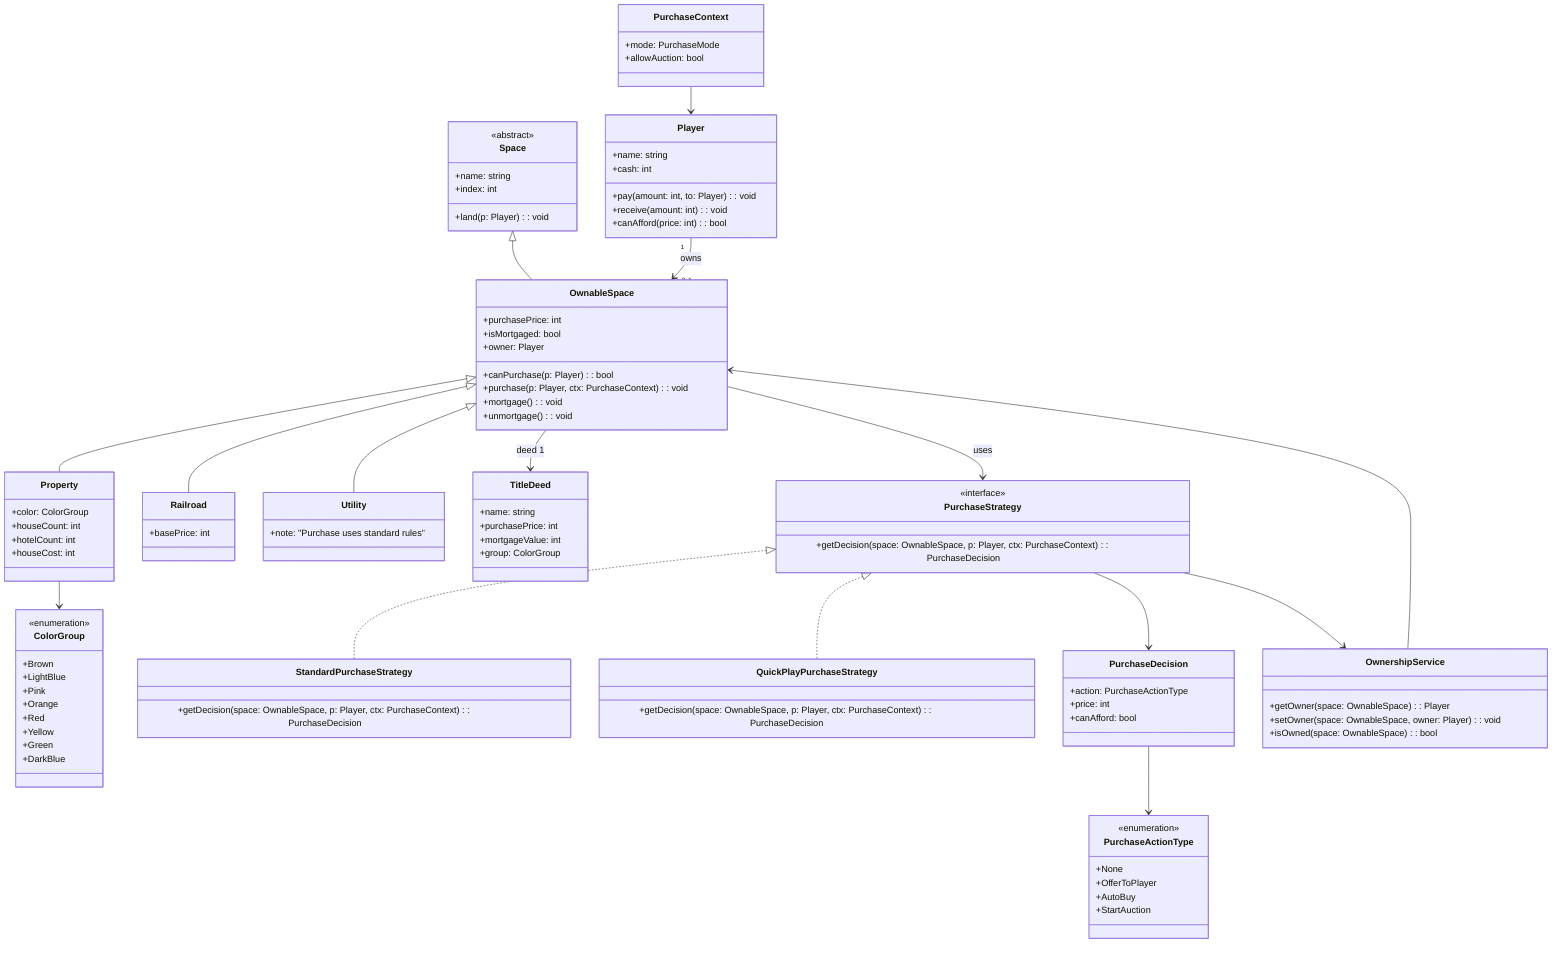
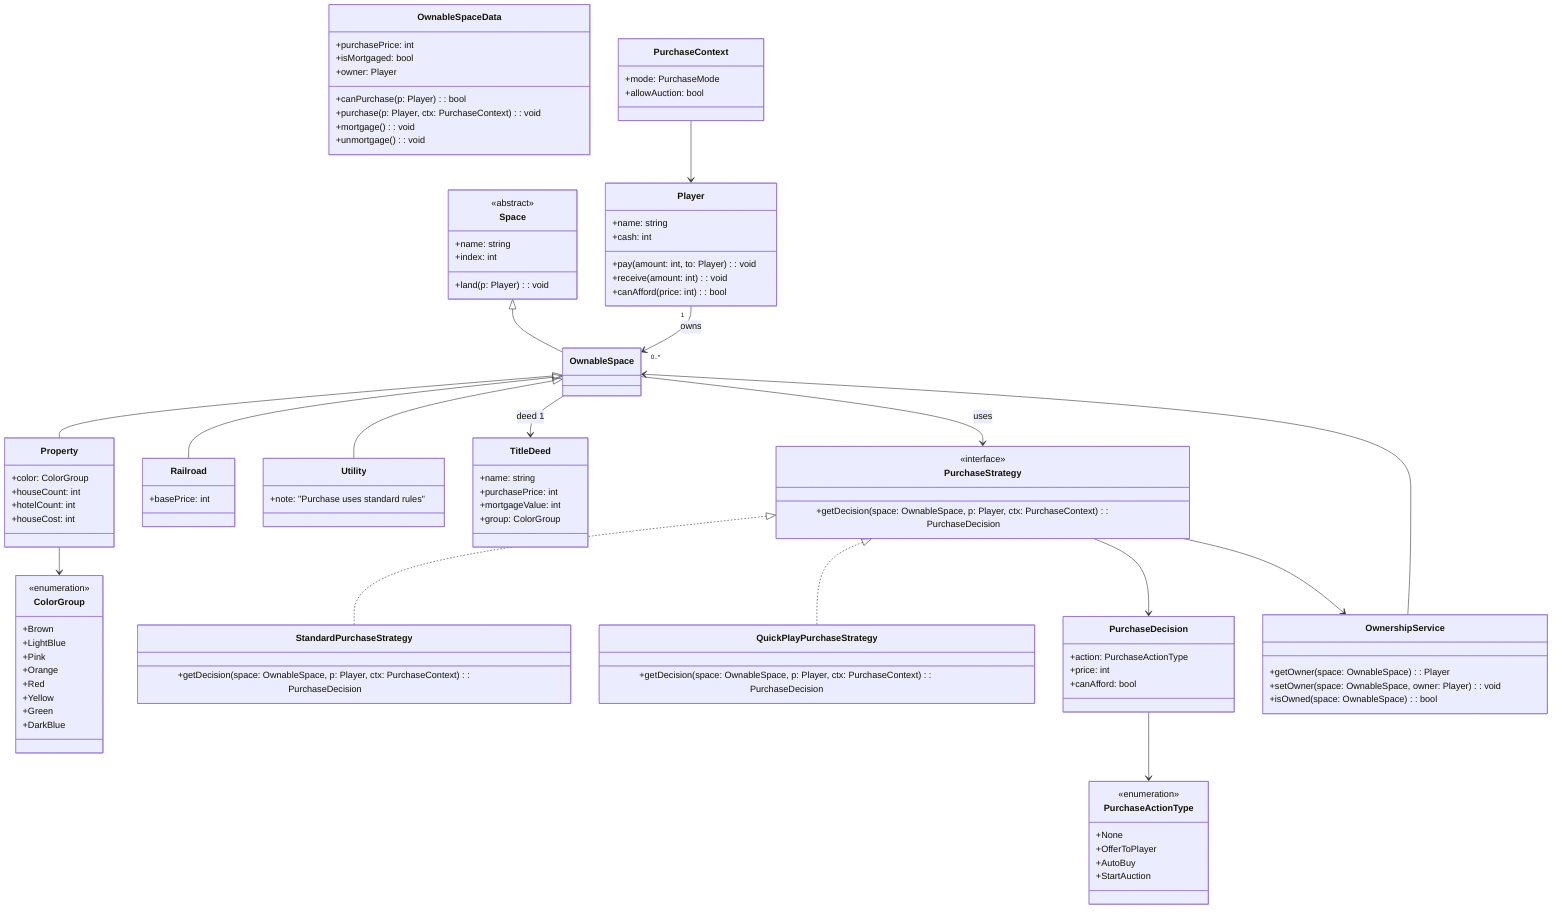
classDiagram

    class Space {
        <<abstract>>
        +name: string
        +index: int
        +land(p: Player): void
    }

-     class OwnableSpace {
+     class OwnableSpaceData {
        +purchasePrice: int
        +isMortgaged: bool
        +owner: Player
        +canPurchase(p: Player): bool
        +purchase(p: Player, ctx: PurchaseContext): void
        +mortgage(): void
        +unmortgage(): void
    }

    class Property {
        +color: ColorGroup
        +houseCount: int
        +hotelCount: int
        +houseCost: int
    }

    class Railroad {
        +basePrice: int
    }

    class Utility {
        +note: "Purchase uses standard rules"
    }

    Space <|-- OwnableSpace
    OwnableSpace <|-- Property
    OwnableSpace <|-- Railroad
    OwnableSpace <|-- Utility

    class TitleDeed {
        +name: string
        +purchasePrice: int
        +mortgageValue: int
        +group: ColorGroup
    }

    class ColorGroup {
        <<enumeration>>
        +Brown
        +LightBlue
        +Pink
        +Orange
        +Red
        +Yellow
        +Green
        +DarkBlue
    }

    Property --> ColorGroup
    OwnableSpace --> TitleDeed : deed 1

    class Player {
        +name: string
        +cash: int
        +pay(amount: int, to: Player): void
        +receive(amount: int): void
        +canAfford(price: int): bool
    }

    class OwnershipService {
        +getOwner(space: OwnableSpace): Player
        +setOwner(space: OwnableSpace, owner: Player): void
        +isOwned(space: OwnableSpace): bool
    }

    Player "1" --> "0..*" OwnableSpace : owns
    OwnershipService --> OwnableSpace

    class PurchaseContext {
        +mode: PurchaseMode
        +allowAuction: bool
    }

    class PurchaseActionType {
        <<enumeration>>
        +None
        +OfferToPlayer
        +AutoBuy
        +StartAuction
    }

    class PurchaseDecision {
        +action: PurchaseActionType
        +price: int
        +canAfford: bool
    }

    PurchaseDecision --> PurchaseActionType
    PurchaseContext --> Player

    class PurchaseStrategy {
        <<interface>>
        +getDecision(space: OwnableSpace, p: Player, ctx: PurchaseContext): PurchaseDecision
    }

    class StandardPurchaseStrategy {
        +getDecision(space: OwnableSpace, p: Player, ctx: PurchaseContext): PurchaseDecision
    }

    class QuickPlayPurchaseStrategy {
        +getDecision(space: OwnableSpace, p: Player, ctx: PurchaseContext): PurchaseDecision
    }

    PurchaseStrategy <|.. StandardPurchaseStrategy
    PurchaseStrategy <|.. QuickPlayPurchaseStrategy

    OwnableSpace --> PurchaseStrategy : uses
    PurchaseStrategy --> PurchaseDecision
    PurchaseStrategy --> OwnershipService
